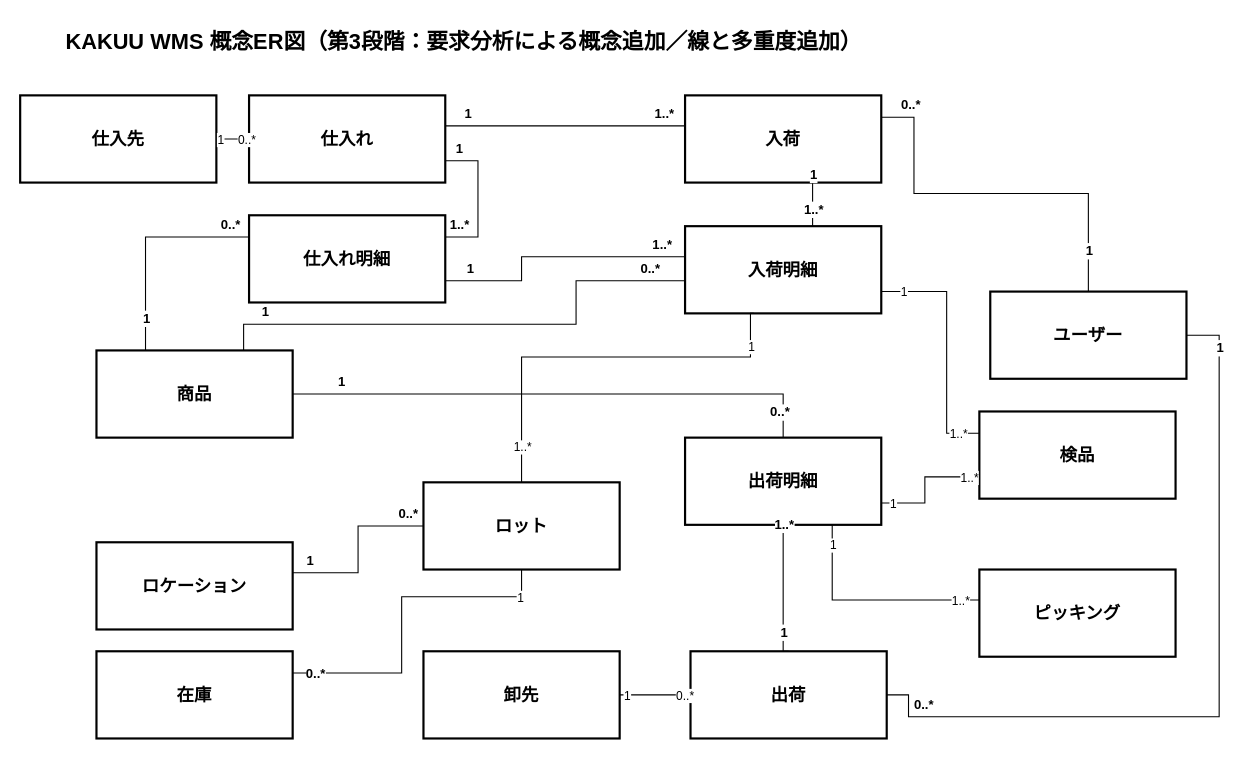
Earlier version of the draw.io diagram docs/3_要件定義/06_概念ER図/drawio/KAKUU_WMS_概念ER図_第3段階_線・多重度追加.drawio (hino-115/kakuu-wms). Source tidied: cells renumbered, new cells numbered last; positions are measured from the earlier drawing's top-left corner, leaving out a move shared by most shapes. Both pictures are drawn from the tidied source at 109%, with x=0, y=0 at pixel (20, 19).
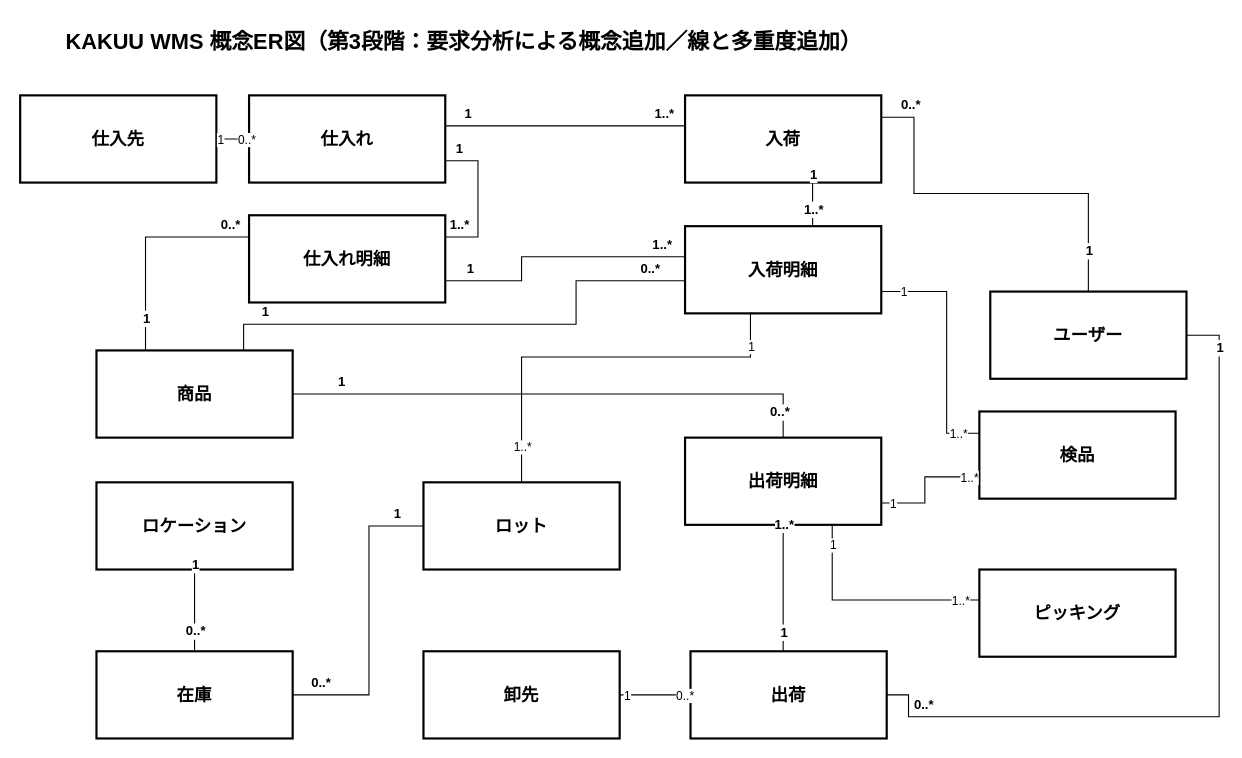
The same diagram, later.

The change refers to these unchanged cells:
```xml
<mxCell id="6" value="在庫" style="rounded=0;whiteSpace=wrap;html=1;fillColor=#ffffff;strokeColor=#000000;strokeWidth=2;fontSize=16;fontStyle=1;align=center;verticalAlign=middle;" parent="1" vertex="1">
  <mxGeometry x="70" y="580" width="180" height="80" as="geometry" />
</mxCell>
<mxCell id="14" value="ロット" style="rounded=0;whiteSpace=wrap;html=1;fillColor=#ffffff;strokeColor=#000000;strokeWidth=2;fontSize=16;fontStyle=1;align=center;verticalAlign=middle;" parent="1" vertex="1">
  <mxGeometry x="370" y="425" width="180" height="80" as="geometry" />
</mxCell>
```

What changed in the source:
```diff
@@
     <mxCell id="8" value="ロケーション" style="rounded=0;whiteSpace=wrap;html=1;fillColor=#ffffff;strokeColor=#000000;strokeWidth=2;fontSize=16;fontStyle=1;align=center;verticalAlign=middle;" parent="1" vertex="1">
-      <mxGeometry x="70" y="480" width="180" height="80" as="geometry" />
+      <mxGeometry x="70" y="425" width="180" height="80" as="geometry" />
     </mxCell>
@@
-    <mxCell id="42" style="edgeStyle=orthogonalEdgeStyle;rounded=0;jettySize=auto;html=1;endArrow=none;startArrow=none;exitX=1;exitY=0.35;exitDx=0;exitDy=0;entryX=0;entryY=0.5;entryDx=0;entryDy=0;" parent="1" edge="1" source="8" target="14">
+    <mxCell id="42" style="edgeStyle=orthogonalEdgeStyle;rounded=0;jettySize=auto;html=1;endArrow=none;startArrow=none;exitX=0.5;exitY=1;exitDx=0;exitDy=0;entryX=0.5;entryY=0;entryDx=0;entryDy=0;" parent="1" edge="1" source="8" target="6">
       <mxGeometry relative="1" as="geometry" />
     </mxCell>
@@
-    <mxCell id="57" style="edgeStyle=orthogonalEdgeStyle;rounded=0;jettySize=auto;html=1;endArrow=none;startArrow=none;exitX=0.5;exitY=1;exitDx=0;exitDy=0;entryX=1;entryY=0.25;entryDx=0;entryDy=0;" parent="1" edge="1" source="14" target="6">
-      <mxGeometry relative="1" as="geometry">
-        <Array as="points">
-          <mxPoint x="460" y="530" />
-          <mxPoint x="350" y="530" />
-          <mxPoint x="350" y="600" />
-        </Array>
-      </mxGeometry>
-    </mxCell>
-    <mxCell id="58" value="1" style="edgeLabel;html=1;align=center;verticalAlign=middle;" parent="57" vertex="1">
-      <mxGeometry x="-0.82" relative="1" as="geometry" />
-    </mxCell>
@@
+    <mxCell id="57" style="edgeStyle=orthogonalEdgeStyle;rounded=0;jettySize=auto;html=1;endArrow=none;startArrow=none;exitX=0;exitY=0.5;exitDx=0;exitDy=0;entryX=1;entryY=0.5;entryDx=0;entryDy=0;" parent="1" edge="1" source="14" target="6">
+      <mxGeometry relative="1" as="geometry">
+        <Array as="points">
+          <mxPoint x="320" y="465" />
+          <mxPoint x="320" y="620.1" />
+        </Array>
+      </mxGeometry>
+    </mxCell>
+    <mxCell id="58" value="1" style="edgeLabel;html=1;align=center;verticalAlign=middle;fontSize=12;fontStyle=1;" parent="57" vertex="1">
+      <mxGeometry x="-0.82" relative="1" as="geometry">
+        <mxPoint y="-12" as="offset" />
+      </mxGeometry>
+    </mxCell>
-    <mxCell id="71" value="0..*" style="edgeLabel;html=1;align=center;verticalAlign=middle;fontSize=12;fontStyle=1;" parent="1" vertex="1">
-      <mxGeometry x="310" y="590" as="geometry">
-        <mxPoint x="-40" y="10" as="offset" />
+    <mxCell id="71" value="0..*" style="edgeLabel;html=1;align=center;verticalAlign=middle;fontSize=12;fontStyle=1;" parent="57" vertex="1">
+      <mxGeometry x="0.82" relative="1" as="geometry">
+        <mxPoint y="-12" as="offset" />
       </mxGeometry>
     </mxCell>
```
